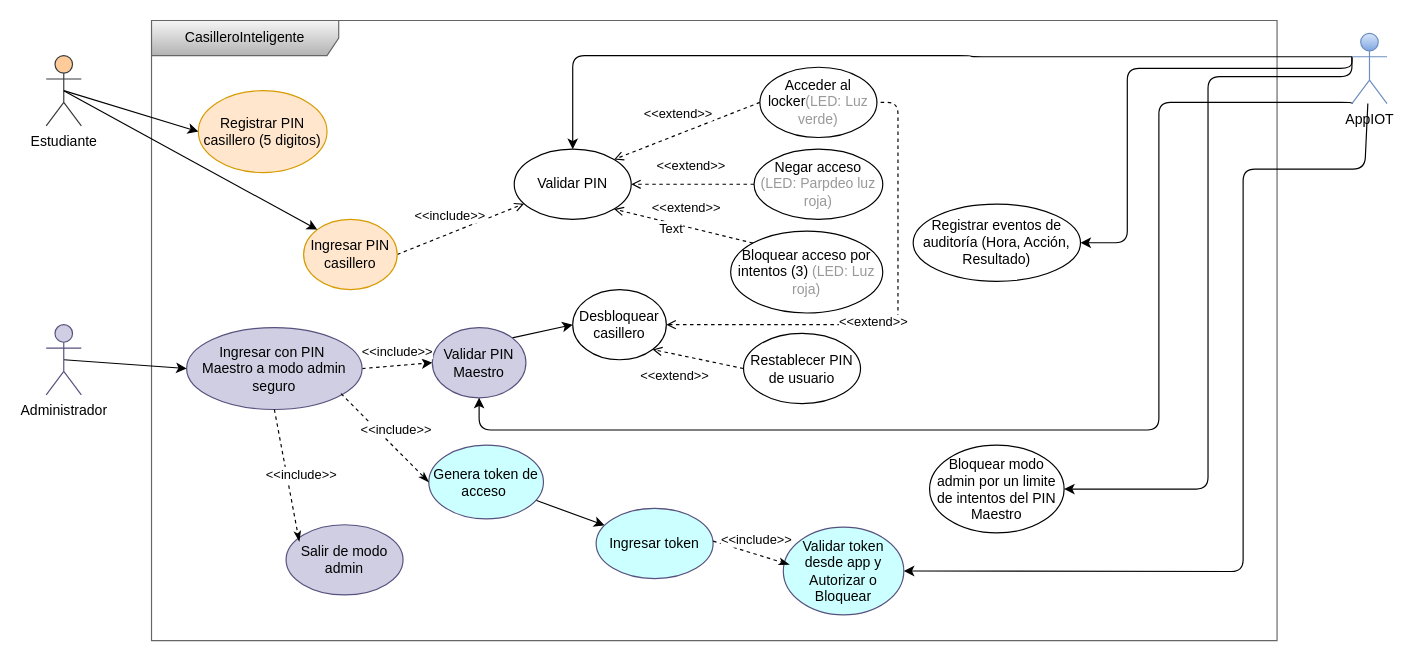
This is Design/00UseCase.drawio from Anthonio16/casilleroInteligente, a draw.io file, before an edit. Source tidied: cells renumbered, new cells numbered last; positions are measured from the earlier drawing's top-left corner, leaving out a move shared by most shapes. Both pictures are drawn from the tidied source at 117%, with x=0, y=0 at pixel (46, 20).
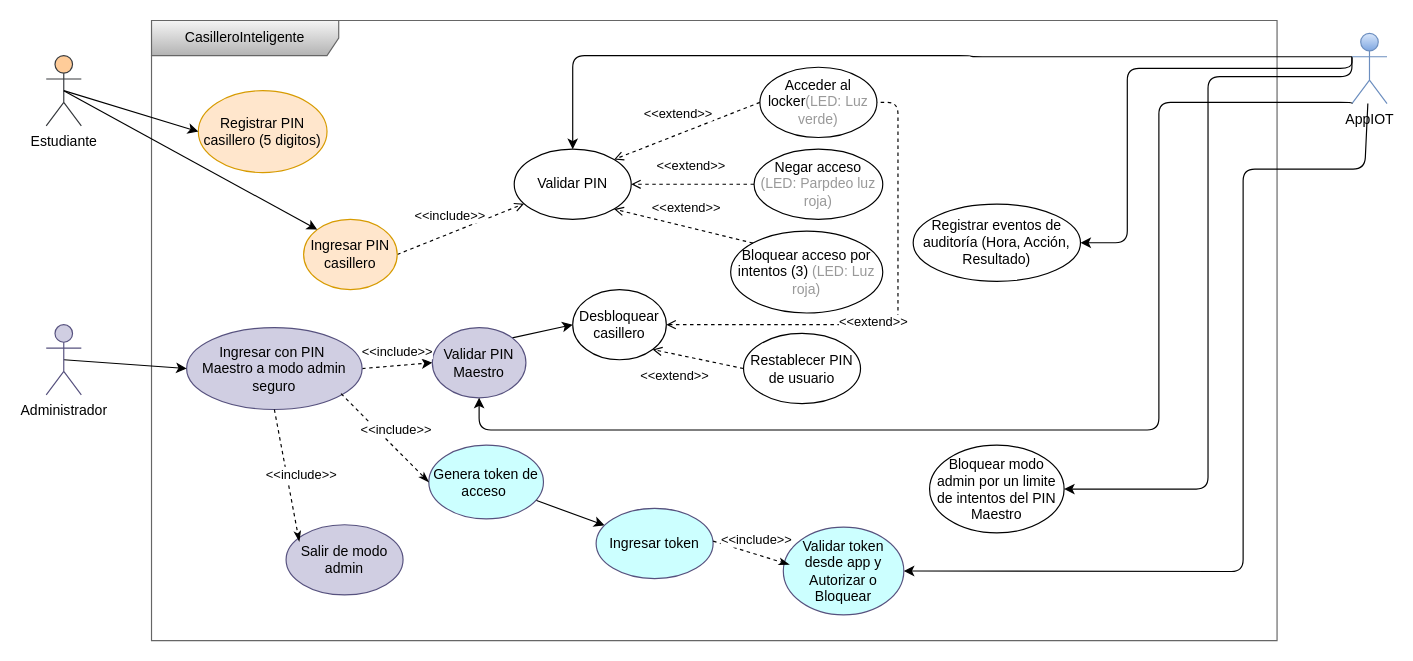
Above is the later version.

Commit message (it also covers changes not shown here):
Add initial design diagram for dflujo

Unchanged cells that the change refers to:
```xml
<mxCell id="20" value="&amp;lt;&amp;lt;extend&amp;gt;&amp;gt;" style="rounded=0;jettySize=auto;html=1;exitX=0;exitY=0;exitDx=0;exitDy=0;entryX=1;entryY=1;entryDx=0;entryDy=0;dashed=1;endArrow=open;endFill=0;" parent="2" edge="1" source="16" target="12">
  <mxGeometry x="0.03" y="-16" relative="1" as="geometry" />
</mxCell>
```

The edit, as a diff of the source:
```diff
@@
-    <mxCell id="21" value="Text" style="edgeLabel;html=1;align=center;verticalAlign=middle;" parent="20" vertex="1">
-      <mxGeometry x="0.18" y="4" relative="1" as="geometry" />
-    </mxCell>
```
